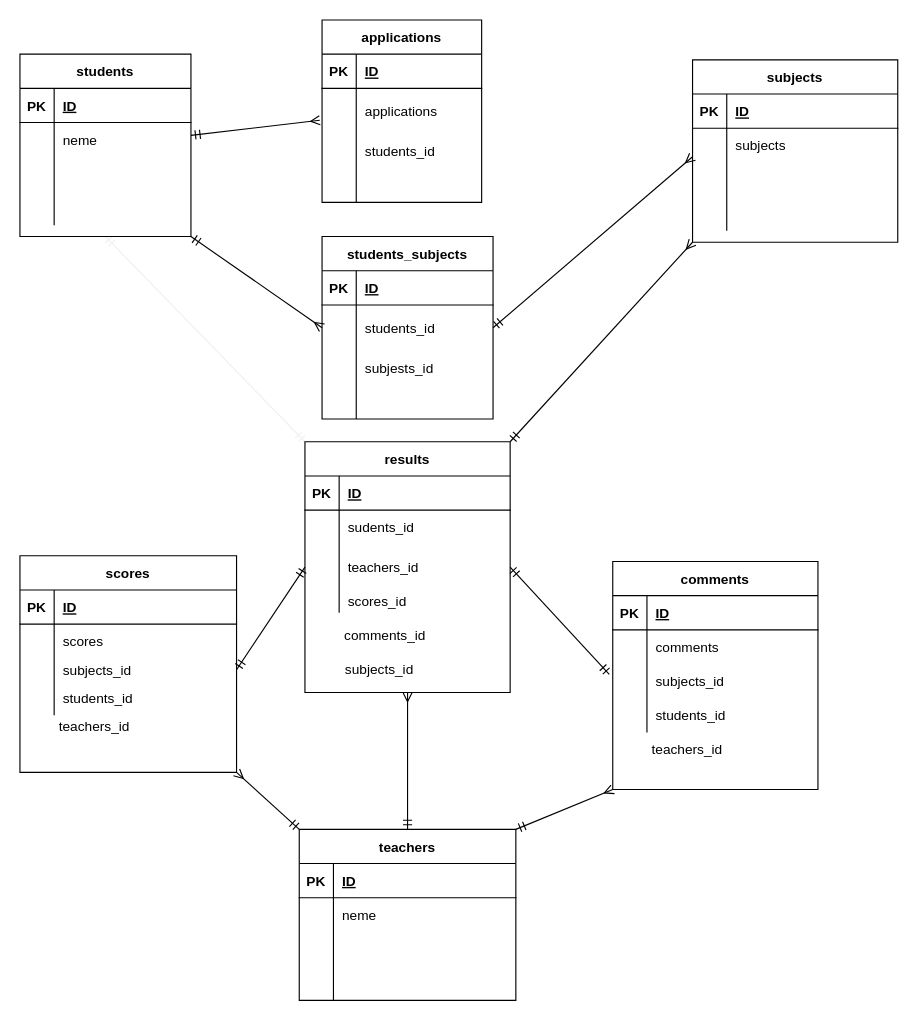
The draw.io diagram 20211019_niimura/ERD.drawio in Niimura001/20211019_niimura, before the edit. Source tidied: cells renumbered, new cells numbered last; positions are measured from the earlier drawing's top-left corner, leaving out a move shared by most shapes. Both pictures are drawn from the tidied source at 114%, with x=0, y=0 at pixel (19, 19).
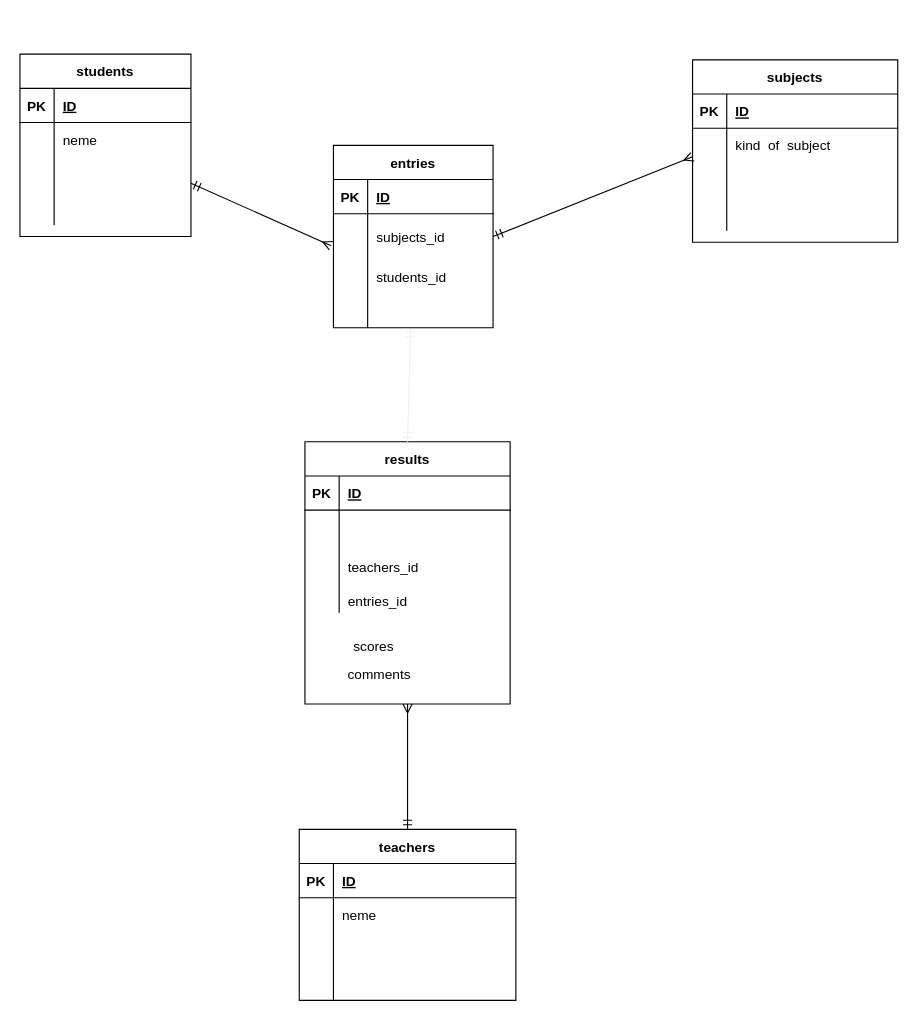
The same diagram, later.

Unchanged cells that the change refers to:
```xml
<mxCell id="4" value="students" style="shape=table;startSize=30;childLayout=tableLayout;rowLines=0;fontStyle=1;align=center;" parent="1" vertex="1">
  <mxGeometry y="30" width="150" height="160" as="geometry" />
</mxCell>
<mxCell id="19" value="teachers" style="shape=table;startSize=30;childLayout=tableLayout;rowLines=0;fontStyle=1;align=center;" parent="1" vertex="1">
  <mxGeometry x="245" y="710" width="190" height="150" as="geometry" />
</mxCell>
<mxCell id="45" value="subjects" style="shape=table;startSize=30;childLayout=tableLayout;rowLines=0;fontStyle=1;align=center;" parent="1" vertex="1">
  <mxGeometry x="590" y="35" width="180" height="160" as="geometry" />
</mxCell>
<mxCell id="49" style="shape=partialRectangle;fillColor=none;top=0;left=0;bottom=0;right=0;" parent="45" vertex="1">
  <mxGeometry y="60" width="180" height="30" as="geometry" />
</mxCell>
<mxCell id="52" style="shape=partialRectangle;fillColor=none;top=0;left=0;bottom=0;right=0;points=[[0,0.5],[1,0.5]];portConstraint=eastwest;" parent="45" vertex="1">
  <mxGeometry y="90" width="180" height="30" as="geometry" />
</mxCell>
<mxCell id="58" style="group;" parent="1" vertex="1">
  <mxGeometry x="250" y="370" width="190" height="320" as="geometry" />
</mxCell>
<mxCell id="59" style="group;" parent="58" vertex="1">
  <mxGeometry y="20" width="190" height="300" as="geometry" />
</mxCell>
<mxCell id="67" style="shape=partialRectangle;fillColor=none;top=0;left=0;bottom=0;right=0;" parent="63" vertex="1">
  <mxGeometry y="60" width="180" height="30" as="geometry" />
</mxCell>
<mxCell id="70" style="shape=partialRectangle;fillColor=none;top=0;left=0;bottom=0;right=0;points=[[0,0.5],[1,0.5]];portConstraint=eastwest;" parent="63" vertex="1">
  <mxGeometry y="90" width="180" height="40" as="geometry" />
</mxCell>
<mxCell id="73" style="shape=partialRectangle;fillColor=none;top=0;left=0;bottom=0;right=0;" parent="63" vertex="1">
  <mxGeometry y="130" width="180" height="20" as="geometry" />
</mxCell>
<mxCell id="86" style="shape=partialRectangle;fillColor=none;top=0;left=0;bottom=0;right=0;points=[[0,0.5],[1,0.5]];portConstraint=eastwest;" parent="82" vertex="1">
  <mxGeometry y="60" width="140" height="40" as="geometry" />
</mxCell>
```

Change to the diagram source:
```diff
@@
-    <mxCell id="3" style="rounded=0;jettySize=auto;html=1;exitX=0.5;exitY=1;exitDx=0;exitDy=0;entryX=0;entryY=0;entryDx=0;entryDy=0;startArrow=ERmandOne;startFill=0;endArrow=ERmandOne;endFill=0;strokeColor=#f0f0f0;" parent="1" edge="1" source="4" target="63">
-      <mxGeometry relative="1" as="geometry" />
-    </mxCell>
@@
-    <mxCell id="17" style="edgeStyle=none;rounded=0;jettySize=auto;html=1;exitX=0;exitY=0;exitDx=0;exitDy=0;startArrow=ERmandOne;startFill=0;endArrow=ERmany;endFill=0;entryX=1;entryY=1;entryDx=0;entryDy=0;" parent="1" edge="1" source="19" target="96">
-      <mxGeometry relative="1" as="geometry" />
-    </mxCell>
@@
-    <mxCell id="32" value="students_subjects" style="shape=table;startSize=30;childLayout=tableLayout;rowLines=0;fontStyle=1;align=center;" parent="1" vertex="1">
-      <mxGeometry x="265" y="190" width="150" height="160" as="geometry" />
-    </mxCell>
-    <mxCell id="33" style="shape=partialRectangle;fillColor=none;top=0;left=0;bottom=1;right=0;" parent="32" vertex="1">
-      <mxGeometry y="30" width="150" height="30" as="geometry" />
-    </mxCell>
-    <mxCell id="34" value="PK" style="shape=partialRectangle;fillColor=none;top=0;left=0;bottom=0;right=0;fontStyle=1;overflow=hidden;" parent="33" vertex="1">
-      <mxGeometry width="30" height="30" as="geometry" />
-    </mxCell>
-    <mxCell id="35" value="ID" style="shape=partialRectangle;fillColor=none;top=0;left=0;bottom=0;right=0;align=left;spacingLeft=6;fontStyle=5;overflow=hidden;" parent="33" vertex="1">
-      <mxGeometry x="30" width="120" height="30" as="geometry" />
-    </mxCell>
-    <mxCell id="36" style="shape=partialRectangle;fillColor=none;top=0;left=0;bottom=0;right=0;points=[[0,0.5],[1,0.5]];portConstraint=eastwest;" parent="32" vertex="1">
-      <mxGeometry y="60" width="150" height="40" as="geometry" />
-    </mxCell>
-    <mxCell id="37" style="shape=partialRectangle;fillColor=none;top=0;left=0;bottom=0;right=0;overflow=hidden;" parent="36" vertex="1">
-      <mxGeometry width="30" height="40" as="geometry" />
-    </mxCell>
-    <mxCell id="38" value="students_id" style="shape=partialRectangle;fillColor=none;top=0;left=0;bottom=0;right=0;align=left;spacingLeft=6;overflow=hidden;" parent="36" vertex="1">
-      <mxGeometry x="30" width="120" height="40" as="geometry" />
-    </mxCell>
-    <mxCell id="39" style="shape=partialRectangle;fillColor=none;top=0;left=0;bottom=0;right=0;" parent="32" vertex="1">
-      <mxGeometry y="100" width="150" height="30" as="geometry" />
-    </mxCell>
-    <mxCell id="40" style="shape=partialRectangle;fillColor=none;top=0;left=0;bottom=0;right=0;overflow=hidden;" parent="39" vertex="1">
-      <mxGeometry width="30" height="30" as="geometry" />
-    </mxCell>
-    <mxCell id="41" value="subjests_id" style="shape=partialRectangle;fillColor=none;top=0;left=0;bottom=0;right=0;align=left;spacingLeft=6;overflow=hidden;" parent="39" vertex="1">
-      <mxGeometry x="30" width="120" height="30" as="geometry" />
-    </mxCell>
-    <mxCell id="42" style="shape=partialRectangle;fillColor=none;top=0;left=0;bottom=0;right=0;" parent="32" vertex="1">
-      <mxGeometry y="130" width="150" height="30" as="geometry" />
-    </mxCell>
-    <mxCell id="43" style="shape=partialRectangle;fillColor=none;top=0;left=0;bottom=0;right=0;overflow=hidden;" parent="42" vertex="1">
-      <mxGeometry width="30" height="30" as="geometry" />
-    </mxCell>
-    <mxCell id="44" style="shape=partialRectangle;fillColor=none;top=0;left=0;bottom=0;right=0;align=left;spacingLeft=6;overflow=hidden;" parent="42" vertex="1">
-      <mxGeometry x="30" width="120" height="30" as="geometry" />
-    </mxCell>
@@
-    <mxCell id="51" value="subjects" style="shape=partialRectangle;fillColor=none;top=0;left=0;bottom=0;right=0;align=left;spacingLeft=6;overflow=hidden;" parent="49" vertex="1">
+    <mxCell id="51" value="kind  of  subject" style="shape=partialRectangle;fillColor=none;top=0;left=0;bottom=0;right=0;align=left;spacingLeft=6;overflow=hidden;" parent="49" vertex="1">
       <mxGeometry x="30" width="150" height="30" as="geometry" />
     </mxCell>
@@
-    <mxCell id="60" style="group;" parent="59" vertex="1">
-      <mxGeometry x="30" y="140" width="85" height="50" as="geometry" />
-    </mxCell>
-    <mxCell id="61" value="comments_id" style="text;html=1;align=center;verticalAlign=middle;strokeColor=none;" parent="60" vertex="1">
-      <mxGeometry x="-5" width="90" height="20" as="geometry" />
-    </mxCell>
-    <mxCell id="62" value="subjects_id" style="text;html=1;align=center;verticalAlign=middle;strokeColor=none;" parent="60" vertex="1">
-      <mxGeometry x="-5" y="30" width="80" height="20" as="geometry" />
-    </mxCell>
     <mxCell id="63" value="results" style="shape=table;startSize=30;childLayout=tableLayout;rowLines=0;fontStyle=1;align=center;" parent="58" vertex="1">
-      <mxGeometry width="180" height="220" as="geometry" />
+      <mxGeometry width="180" height="230" as="geometry" />
     </mxCell>
@@
-    <mxCell id="69" value="sudents_id" style="shape=partialRectangle;fillColor=none;top=0;left=0;bottom=0;right=0;align=left;spacingLeft=6;overflow=hidden;" parent="67" vertex="1">
+    <mxCell id="69" style="shape=partialRectangle;fillColor=none;top=0;left=0;bottom=0;right=0;align=left;spacingLeft=6;overflow=hidden;" parent="67" vertex="1">
       <mxGeometry x="30" width="150" height="30" as="geometry" />
     </mxCell>
@@
-    <mxCell id="75" value="scores_id" style="shape=partialRectangle;fillColor=none;top=0;left=0;bottom=0;right=0;align=left;spacingLeft=6;overflow=hidden;" parent="73" vertex="1">
+    <mxCell id="75" value="entries_id" style="shape=partialRectangle;fillColor=none;top=0;left=0;bottom=0;right=0;align=left;spacingLeft=6;overflow=hidden;" parent="73" vertex="1">
       <mxGeometry x="30" width="150" height="20" as="geometry" />
     </mxCell>
+    <mxCell id="125" value="comments" style="text;html=1;align=center;verticalAlign=middle;strokeColor=none;" parent="58" vertex="1">
+      <mxGeometry x="30" y="195" width="70" height="20" as="geometry" />
+    </mxCell>
-    <mxCell id="76" style="edgeStyle=none;rounded=0;jettySize=auto;html=1;exitX=1;exitY=0.5;exitDx=0;exitDy=0;entryX=0;entryY=-0.167;entryDx=0;entryDy=0;entryPerimeter=0;startArrow=ERmandOne;startFill=0;endArrow=ERmany;endFill=0;" parent="1" edge="1" source="36" target="52">
+    <mxCell id="76" style="edgeStyle=none;rounded=0;jettySize=auto;html=1;exitX=1;exitY=0.5;exitDx=0;exitDy=0;entryX=0;entryY=-0.167;entryDx=0;entryDy=0;entryPerimeter=0;startArrow=ERmandOne;startFill=0;endArrow=ERmany;endFill=0;" parent="1" edge="1" source="86" target="52">
       <mxGeometry relative="1" as="geometry" />
     </mxCell>
-    <mxCell id="77" style="rounded=0;jettySize=auto;html=1;endArrow=ERmany;endFill=0;startArrow=ERmandOne;startFill=0;exitX=1;exitY=1;exitDx=0;exitDy=0;entryX=0;entryY=0.5;entryDx=0;entryDy=0;" parent="1" edge="1" source="4" target="36">
-      <mxGeometry relative="1" as="geometry" />
-    </mxCell>
-    <mxCell id="78" style="edgeStyle=none;rounded=0;jettySize=auto;html=1;exitX=1;exitY=0.5;exitDx=0;exitDy=0;entryX=0;entryY=0.5;entryDx=0;entryDy=0;startArrow=ERmandOne;startFill=0;endArrow=ERmandOne;endFill=0;" parent="1" edge="1" source="103" target="70">
-      <mxGeometry relative="1" as="geometry" />
-    </mxCell>
-    <mxCell id="79" style="rounded=0;jettySize=auto;html=1;endArrow=ERmany;endFill=0;startArrow=ERmandOne;startFill=0;entryX=0;entryY=1;entryDx=0;entryDy=0;exitX=1;exitY=0;exitDx=0;exitDy=0;" parent="1" edge="1" source="19" target="111">
-      <mxGeometry relative="1" as="geometry" />
-    </mxCell>
-    <mxCell id="80" style="rounded=0;jettySize=auto;html=1;endArrow=ERmandOne;endFill=0;startArrow=ERmandOne;startFill=0;exitX=-0.017;exitY=0.3;exitDx=0;exitDy=0;exitPerimeter=0;entryX=1;entryY=0.5;entryDx=0;entryDy=0;" parent="1" edge="1" source="118" target="70">
-      <mxGeometry relative="1" as="geometry" />
-    </mxCell>
-    <mxCell id="81" style="rounded=0;jettySize=auto;html=1;endArrow=ERmany;endFill=0;startArrow=ERmandOne;startFill=0;entryX=0;entryY=1;entryDx=0;entryDy=0;exitX=1;exitY=0;exitDx=0;exitDy=0;" parent="1" edge="1" source="63" target="45">
-      <mxGeometry relative="1" as="geometry" />
-    </mxCell>
+    <mxCell id="126" style="edgeStyle=none;rounded=0;jettySize=auto;html=1;entryX=0.5;entryY=0;entryDx=0;entryDy=0;startArrow=ERmandOne;startFill=0;endArrow=ERmandOne;endFill=0;strokeColor=#f0f0f0;" parent="1" edge="1" source="82" target="63">
+      <mxGeometry relative="1" as="geometry" />
+    </mxCell>
-    <mxCell id="82" value="applications" style="shape=table;startSize=30;childLayout=tableLayout;rowLines=0;fontStyle=1;align=center;" parent="1" vertex="1">
-      <mxGeometry x="265" width="140" height="160" as="geometry" />
+    <mxCell id="82" value="entries" style="shape=table;startSize=30;childLayout=tableLayout;rowLines=0;fontStyle=1;align=center;" parent="1" vertex="1">
+      <mxGeometry x="275" y="110" width="140" height="160" as="geometry" />
     </mxCell>
@@
-    <mxCell id="88" value="applications" style="shape=partialRectangle;fillColor=none;top=0;left=0;bottom=0;right=0;align=left;spacingLeft=6;overflow=hidden;" parent="86" vertex="1">
+    <mxCell id="88" value="subjects_id" style="shape=partialRectangle;fillColor=none;top=0;left=0;bottom=0;right=0;align=left;spacingLeft=6;overflow=hidden;" parent="86" vertex="1">
       <mxGeometry x="30" width="110" height="40" as="geometry" />
     </mxCell>
@@
-    <mxCell id="95" style="group;" parent="1" vertex="1">
-      <mxGeometry y="470" width="190" height="190" as="geometry" />
-    </mxCell>
-    <mxCell id="96" value="scores" style="shape=table;startSize=30;childLayout=tableLayout;rowLines=0;fontStyle=1;align=center;" parent="95" vertex="1">
-      <mxGeometry width="190" height="190" as="geometry" />
-    </mxCell>
-    <mxCell id="97" style="shape=partialRectangle;fillColor=none;top=0;left=0;bottom=1;right=0;" parent="96" vertex="1">
-      <mxGeometry y="30" width="190" height="30" as="geometry" />
-    </mxCell>
-    <mxCell id="98" value="PK" style="shape=partialRectangle;fillColor=none;top=0;left=0;bottom=0;right=0;fontStyle=1;overflow=hidden;" parent="97" vertex="1">
-      <mxGeometry width="30" height="30" as="geometry" />
-    </mxCell>
-    <mxCell id="99" value="ID" style="shape=partialRectangle;fillColor=none;top=0;left=0;bottom=0;right=0;align=left;spacingLeft=6;fontStyle=5;overflow=hidden;" parent="97" vertex="1">
-      <mxGeometry x="30" width="160" height="30" as="geometry" />
-    </mxCell>
-    <mxCell id="100" style="shape=partialRectangle;fillColor=none;top=0;left=0;bottom=0;right=0;" parent="96" vertex="1">
-      <mxGeometry y="60" width="190" height="30" as="geometry" />
-    </mxCell>
-    <mxCell id="101" style="shape=partialRectangle;fillColor=none;top=0;left=0;bottom=0;right=0;overflow=hidden;" parent="100" vertex="1">
-      <mxGeometry width="30" height="30" as="geometry" />
-    </mxCell>
-    <mxCell id="102" value="scores" style="shape=partialRectangle;fillColor=none;top=0;left=0;bottom=0;right=0;align=left;spacingLeft=6;overflow=hidden;" parent="100" vertex="1">
-      <mxGeometry x="30" width="160" height="30" as="geometry" />
-    </mxCell>
-    <mxCell id="103" style="shape=partialRectangle;fillColor=none;top=0;left=0;bottom=0;right=0;points=[[0,0.5],[1,0.5]];portConstraint=eastwest;" parent="96" vertex="1">
-      <mxGeometry y="90" width="190" height="20" as="geometry" />
-    </mxCell>
-    <mxCell id="104" style="shape=partialRectangle;fillColor=none;top=0;left=0;bottom=0;right=0;overflow=hidden;" parent="103" vertex="1">
-      <mxGeometry width="30" height="20" as="geometry" />
-    </mxCell>
-    <mxCell id="105" value="subjects_id" style="shape=partialRectangle;fillColor=none;top=0;left=0;bottom=0;right=0;align=left;spacingLeft=6;overflow=hidden;" parent="103" vertex="1">
-      <mxGeometry x="30" width="160" height="20" as="geometry" />
-    </mxCell>
-    <mxCell id="106" style="shape=partialRectangle;fillColor=none;top=0;left=0;bottom=0;right=0;" parent="96" vertex="1">
-      <mxGeometry y="110" width="190" height="30" as="geometry" />
-    </mxCell>
-    <mxCell id="107" style="shape=partialRectangle;fillColor=none;top=0;left=0;bottom=0;right=0;overflow=hidden;" parent="106" vertex="1">
-      <mxGeometry width="30" height="30" as="geometry" />
-    </mxCell>
-    <mxCell id="108" value="students_id" style="shape=partialRectangle;fillColor=none;top=0;left=0;bottom=0;right=0;align=left;spacingLeft=6;overflow=hidden;" parent="106" vertex="1">
-      <mxGeometry x="30" width="160" height="30" as="geometry" />
-    </mxCell>
-    <mxCell id="109" value="teachers_id" style="text;html=1;align=center;verticalAlign=middle;strokeColor=none;" parent="95" vertex="1">
-      <mxGeometry x="25" y="140" width="80" height="20" as="geometry" />
-    </mxCell>
-    <mxCell id="110" style="group;" parent="1" vertex="1">
-      <mxGeometry x="520" y="475" width="180" height="200" as="geometry" />
-    </mxCell>
-    <mxCell id="111" value="comments" style="shape=table;startSize=30;childLayout=tableLayout;rowLines=0;fontStyle=1;align=center;" parent="110" vertex="1">
-      <mxGeometry width="180" height="200" as="geometry" />
-    </mxCell>
-    <mxCell id="112" style="shape=partialRectangle;fillColor=none;top=0;left=0;bottom=1;right=0;" parent="111" vertex="1">
-      <mxGeometry y="30" width="180" height="30" as="geometry" />
-    </mxCell>
-    <mxCell id="113" value="PK" style="shape=partialRectangle;fillColor=none;top=0;left=0;bottom=0;right=0;fontStyle=1;overflow=hidden;" parent="112" vertex="1">
-      <mxGeometry width="30" height="30" as="geometry" />
-    </mxCell>
-    <mxCell id="114" value="ID" style="shape=partialRectangle;fillColor=none;top=0;left=0;bottom=0;right=0;align=left;spacingLeft=6;fontStyle=5;overflow=hidden;" parent="112" vertex="1">
-      <mxGeometry x="30" width="150" height="30" as="geometry" />
-    </mxCell>
-    <mxCell id="115" style="shape=partialRectangle;fillColor=none;top=0;left=0;bottom=0;right=0;" parent="111" vertex="1">
-      <mxGeometry y="60" width="180" height="30" as="geometry" />
-    </mxCell>
-    <mxCell id="116" style="shape=partialRectangle;fillColor=none;top=0;left=0;bottom=0;right=0;overflow=hidden;" parent="115" vertex="1">
-      <mxGeometry width="30" height="30" as="geometry" />
-    </mxCell>
-    <mxCell id="117" value="comments" style="shape=partialRectangle;fillColor=none;top=0;left=0;bottom=0;right=0;align=left;spacingLeft=6;overflow=hidden;" parent="115" vertex="1">
-      <mxGeometry x="30" width="150" height="30" as="geometry" />
-    </mxCell>
-    <mxCell id="118" style="shape=partialRectangle;fillColor=none;top=0;left=0;bottom=0;right=0;points=[[0,0.5],[1,0.5]];portConstraint=eastwest;" parent="111" vertex="1">
-      <mxGeometry y="90" width="180" height="30" as="geometry" />
-    </mxCell>
-    <mxCell id="119" style="shape=partialRectangle;fillColor=none;top=0;left=0;bottom=0;right=0;overflow=hidden;" parent="118" vertex="1">
-      <mxGeometry width="30" height="30" as="geometry" />
-    </mxCell>
-    <mxCell id="120" value="subjects_id" style="shape=partialRectangle;fillColor=none;top=0;left=0;bottom=0;right=0;align=left;spacingLeft=6;overflow=hidden;" parent="118" vertex="1">
-      <mxGeometry x="30" width="150" height="30" as="geometry" />
-    </mxCell>
-    <mxCell id="121" style="shape=partialRectangle;fillColor=none;top=0;left=0;bottom=0;right=0;" parent="111" vertex="1">
-      <mxGeometry y="120" width="180" height="30" as="geometry" />
-    </mxCell>
-    <mxCell id="122" style="shape=partialRectangle;fillColor=none;top=0;left=0;bottom=0;right=0;overflow=hidden;" parent="121" vertex="1">
-      <mxGeometry width="30" height="30" as="geometry" />
-    </mxCell>
-    <mxCell id="123" value="students_id" style="shape=partialRectangle;fillColor=none;top=0;left=0;bottom=0;right=0;align=left;spacingLeft=6;overflow=hidden;" parent="121" vertex="1">
-      <mxGeometry x="30" width="150" height="30" as="geometry" />
-    </mxCell>
-    <mxCell id="124" value="teachers_id" style="text;html=1;align=center;verticalAlign=middle;strokeColor=none;" parent="110" vertex="1">
-      <mxGeometry x="25" y="155" width="80" height="20" as="geometry" />
-    </mxCell>
+    <mxCell id="127" value="scores" style="text;html=1;align=center;verticalAlign=middle;strokeColor=none;" parent="1" vertex="1">
+      <mxGeometry x="285" y="540" width="50" height="20" as="geometry" />
+    </mxCell>
```
